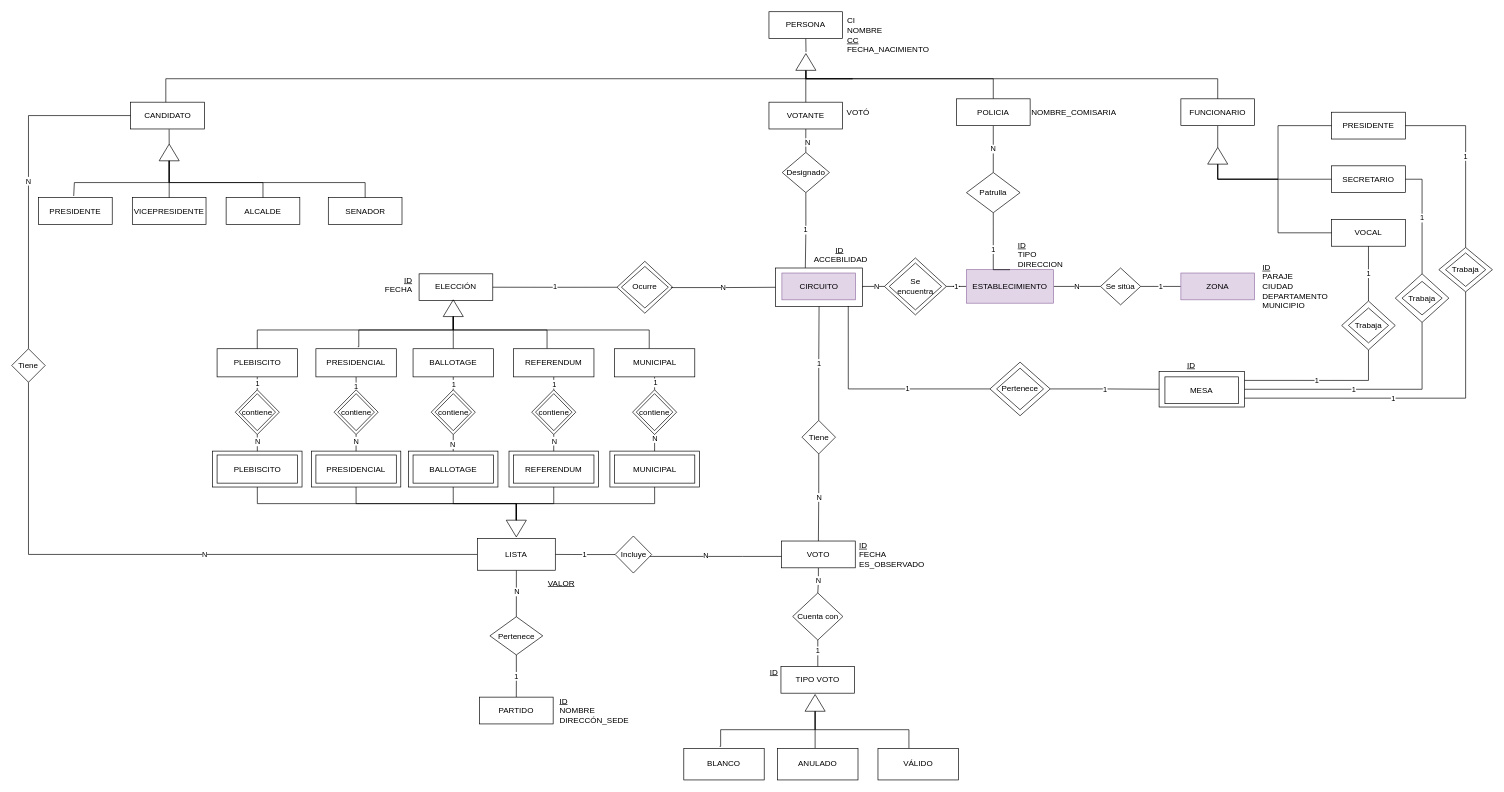
The draw.io diagram docs/MER.drawio in PedroScheeffer/2025-BD2-Obligatorio, before the edit. Source tidied: cells renumbered, new cells numbered last; positions are measured from the earlier drawing's top-left corner, leaving out a move shared by most shapes. Both pictures are drawn from the tidied source at 67%, with x=0, y=0 at pixel (11, 11).
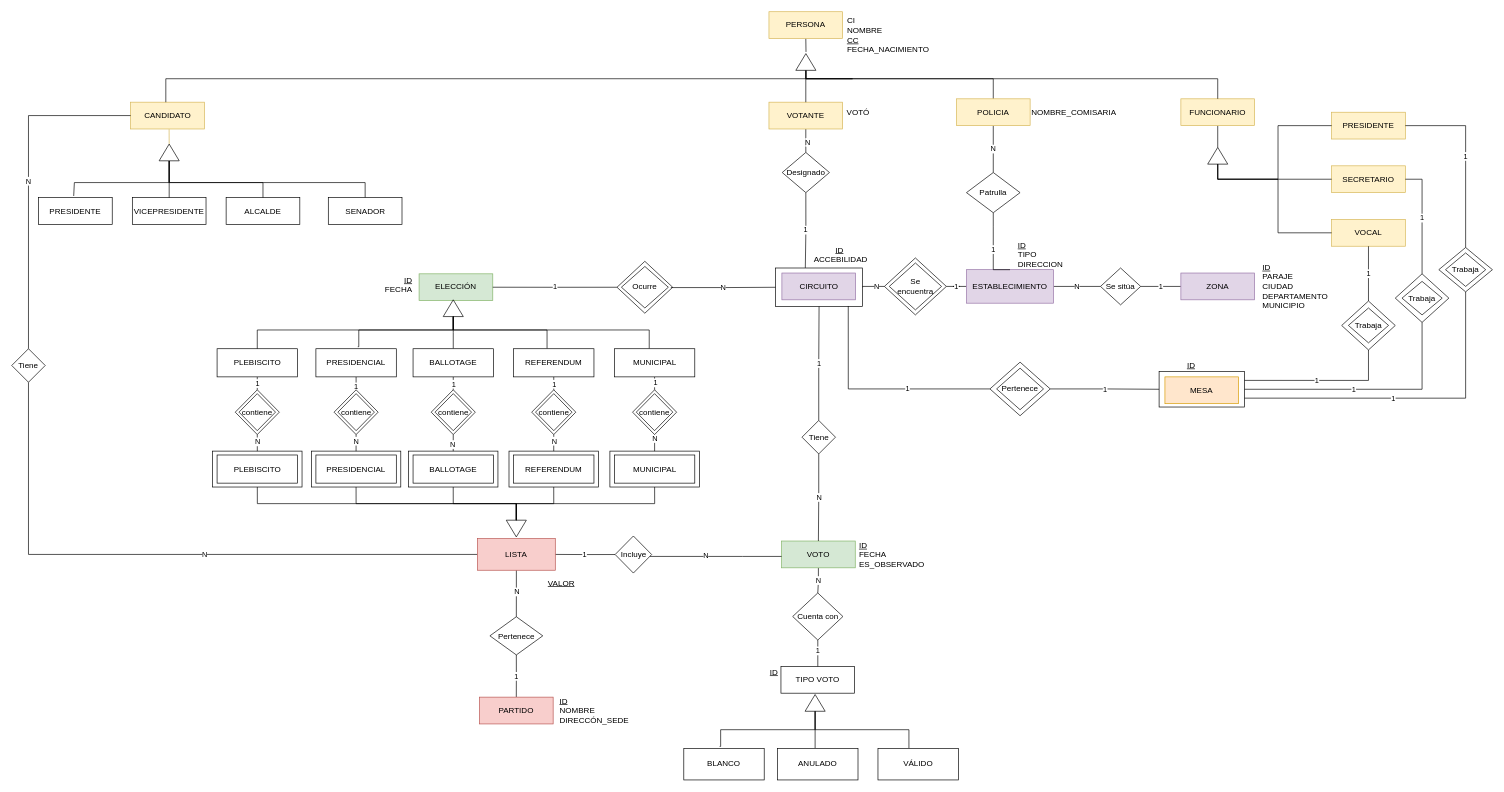
Above is the later version.

The edit, as a diff of the source:
```diff
@@
-    <mxCell id="7" value="PERSONA" style="rounded=0;whiteSpace=wrap;html=1;" parent="1" vertex="1">
+    <mxCell id="7" value="PERSONA" style="rounded=0;whiteSpace=wrap;html=1;fillColor=#fff2cc;strokeColor=#d6b656;" parent="1" vertex="1">
       <mxGeometry x="1130.2" width="110" height="40" as="geometry" />
     </mxCell>
-    <mxCell id="8" value="CANDIDATO" style="rounded=0;whiteSpace=wrap;html=1;" parent="1" vertex="1">
+    <mxCell id="8" value="CANDIDATO" style="rounded=0;whiteSpace=wrap;html=1;fillColor=#fff2cc;strokeColor=#d6b656;" parent="1" vertex="1">
       <mxGeometry x="177.5" y="135" width="110" height="40" as="geometry" />
     </mxCell>
@@
-    <mxCell id="10" value="FUNCIONARIO" style="rounded=0;whiteSpace=wrap;html=1;" parent="1" vertex="1">
+    <mxCell id="10" value="FUNCIONARIO" style="rounded=0;whiteSpace=wrap;html=1;fillColor=#fff2cc;strokeColor=#d6b656;" parent="1" vertex="1">
       <mxGeometry x="1745" y="130" width="110" height="40" as="geometry" />
     </mxCell>
@@
-    <mxCell id="13" value="VOTANTE" style="rounded=0;whiteSpace=wrap;html=1;" parent="1" vertex="1">
+    <mxCell id="13" value="VOTANTE" style="rounded=0;whiteSpace=wrap;html=1;fillColor=#fff2cc;strokeColor=#d6b656;" parent="1" vertex="1">
       <mxGeometry x="1130.2" y="135" width="110" height="40" as="geometry" />
     </mxCell>
@@
-    <mxCell id="18" value="PRESIDENTE" style="rounded=0;whiteSpace=wrap;html=1;fillColor=none;strokeColor=#000000;" parent="1" vertex="1">
+    <mxCell id="18" value="PRESIDENTE" style="rounded=0;whiteSpace=wrap;html=1;fillColor=#fff2cc;strokeColor=#d6b656;" parent="1" vertex="1">
       <mxGeometry x="1970" y="150" width="110" height="40" as="geometry" />
     </mxCell>
-    <mxCell id="19" value="SECRETARIO" style="rounded=0;whiteSpace=wrap;html=1;fillColor=none;strokeColor=#000000;" parent="1" vertex="1">
+    <mxCell id="19" value="SECRETARIO" style="rounded=0;whiteSpace=wrap;html=1;fillColor=#fff2cc;strokeColor=#d6b656;" parent="1" vertex="1">
       <mxGeometry x="1970" y="230" width="110" height="40" as="geometry" />
     </mxCell>
-    <mxCell id="20" value="VOCAL" style="rounded=0;whiteSpace=wrap;html=1;fillColor=none;strokeColor=#000000;" parent="1" vertex="1">
+    <mxCell id="20" value="VOCAL" style="rounded=0;whiteSpace=wrap;html=1;fillColor=#fff2cc;strokeColor=#d6b656;" parent="1" vertex="1">
       <mxGeometry x="1970" y="310" width="110" height="40" as="geometry" />
     </mxCell>
@@
-    <mxCell id="25" value="CIRCUITO" style="rounded=0;whiteSpace=wrap;html=1;perimeterSpacing=0;fillStyle=auto;strokeColor=#9673a6;fillColor=#e1d5e7;" parent="1" vertex="1">
+    <mxCell id="25" value="CIRCUITO" style="rounded=0;whiteSpace=wrap;html=1;perimeterSpacing=0;fillStyle=auto;fillColor=#e1d5e7;strokeColor=#9673a6;" parent="1" vertex="1">
       <mxGeometry x="1149.5" y="390" width="110" height="40" as="geometry" />
     </mxCell>
@@
-    <mxCell id="28" value="MESA" style="rounded=0;whiteSpace=wrap;html=1;" parent="1" vertex="1">
+    <mxCell id="28" value="MESA" style="rounded=0;whiteSpace=wrap;html=1;fillColor=#ffe6cc;strokeColor=#d79b00;" parent="1" vertex="1">
       <mxGeometry x="1721.2" y="545" width="110" height="40" as="geometry" />
     </mxCell>
@@
-    <mxCell id="34" value="VOTO" style="rounded=0;whiteSpace=wrap;html=1;" parent="1" vertex="1">
+    <mxCell id="34" value="VOTO" style="rounded=0;whiteSpace=wrap;html=1;fillColor=#d5e8d4;strokeColor=#82b366;" parent="1" vertex="1">
       <mxGeometry x="1149" y="790" width="110" height="40" as="geometry" />
     </mxCell>
@@
-    <mxCell id="41" value="ALCALDE" style="rounded=0;whiteSpace=wrap;html=1;fillColor=none;strokeColor=#000000;" parent="1" vertex="1">
+    <mxCell id="41" value="ALCALDE" style="rounded=0;whiteSpace=wrap;html=1;" parent="1" vertex="1">
       <mxGeometry x="320" y="277.5" width="110" height="40" as="geometry" />
     </mxCell>
-    <mxCell id="42" value="VICEPRESIDENTE" style="rounded=0;whiteSpace=wrap;html=1;fillColor=none;strokeColor=#000000;" parent="1" vertex="1">
+    <mxCell id="42" value="VICEPRESIDENTE" style="rounded=0;whiteSpace=wrap;html=1;" parent="1" vertex="1">
       <mxGeometry x="180" y="277.5" width="110" height="40" as="geometry" />
     </mxCell>
-    <mxCell id="43" value="PRESIDENTE" style="rounded=0;whiteSpace=wrap;html=1;fillColor=none;strokeColor=#000000;" parent="1" vertex="1">
+    <mxCell id="43" value="PRESIDENTE" style="rounded=0;whiteSpace=wrap;html=1;" parent="1" vertex="1">
       <mxGeometry x="40" y="277.5" width="110" height="40" as="geometry" />
     </mxCell>
-    <mxCell id="44" style="edgeStyle=orthogonalEdgeStyle;rounded=0;jettySize=auto;html=1;exitX=0;exitY=0.5;exitDx=0;exitDy=0;endArrow=none;startFill=0;fillColor=#dae8fc;strokeColor=#000000;" parent="1" edge="1" source="49" target="42">
+    <mxCell id="44" style="edgeStyle=orthogonalEdgeStyle;rounded=0;jettySize=auto;html=1;exitX=0;exitY=0.5;exitDx=0;exitDy=0;endArrow=none;startFill=0;" parent="1" edge="1" source="49" target="42">
       <mxGeometry relative="1" as="geometry" />
     </mxCell>
-    <mxCell id="45" style="edgeStyle=orthogonalEdgeStyle;rounded=0;jettySize=auto;html=1;exitX=1;exitY=0.5;exitDx=0;exitDy=0;entryX=0.522;entryY=1.01;entryDx=0;entryDy=0;endArrow=none;startFill=0;entryPerimeter=0;" parent="1" edge="1" source="49" target="8">
+    <mxCell id="45" style="edgeStyle=orthogonalEdgeStyle;rounded=0;jettySize=auto;html=1;exitX=1;exitY=0.5;exitDx=0;exitDy=0;entryX=0.522;entryY=1.01;entryDx=0;entryDy=0;endArrow=none;startFill=0;entryPerimeter=0;fillColor=#fff2cc;strokeColor=#d6b656;" parent="1" edge="1" source="49" target="8">
       <mxGeometry relative="1" as="geometry">
         <Array as="points">
           <mxPoint x="234.5" y="198" />
         </Array>
       </mxGeometry>
     </mxCell>
-    <mxCell id="46" style="edgeStyle=orthogonalEdgeStyle;rounded=0;jettySize=auto;html=1;exitX=0;exitY=0.5;exitDx=0;exitDy=0;entryX=0.5;entryY=0;entryDx=0;entryDy=0;endArrow=none;startFill=0;fillColor=#dae8fc;strokeColor=#000000;" parent="1" edge="1" source="49" target="59">
+    <mxCell id="46" style="edgeStyle=orthogonalEdgeStyle;rounded=0;jettySize=auto;html=1;exitX=0;exitY=0.5;exitDx=0;exitDy=0;entryX=0.5;entryY=0;entryDx=0;entryDy=0;endArrow=none;startFill=0;" parent="1" edge="1" source="49" target="59">
       <mxGeometry relative="1" as="geometry">
         <Array as="points">
           <mxPoint x="235.5" y="255" />
           <mxPoint x="527.5" y="255" />
         </Array>
       </mxGeometry>
     </mxCell>
-    <mxCell id="47" style="edgeStyle=orthogonalEdgeStyle;rounded=0;jettySize=auto;html=1;exitX=0;exitY=0.5;exitDx=0;exitDy=0;endArrow=none;startFill=0;fillColor=#dae8fc;strokeColor=#000000;" parent="1" edge="1" source="49">
+    <mxCell id="47" style="edgeStyle=orthogonalEdgeStyle;rounded=0;jettySize=auto;html=1;exitX=0;exitY=0.5;exitDx=0;exitDy=0;endArrow=none;startFill=0;" parent="1" edge="1" source="49">
       <mxGeometry relative="1" as="geometry">
         <mxPoint x="92.5" y="275" as="targetPoint" />
         <Array as="points">
           <mxPoint x="235.5" y="255" />
           <mxPoint x="93.5" y="255" />
           <mxPoint x="93.5" y="275" />
         </Array>
       </mxGeometry>
     </mxCell>
-    <mxCell id="48" style="edgeStyle=orthogonalEdgeStyle;rounded=0;jettySize=auto;html=1;exitX=0;exitY=0.5;exitDx=0;exitDy=0;entryX=0.5;entryY=0;entryDx=0;entryDy=0;endArrow=none;startFill=0;fillColor=#dae8fc;strokeColor=#000000;" parent="1" edge="1" source="49" target="41">
+    <mxCell id="48" style="edgeStyle=orthogonalEdgeStyle;rounded=0;jettySize=auto;html=1;exitX=0;exitY=0.5;exitDx=0;exitDy=0;entryX=0.5;entryY=0;entryDx=0;entryDy=0;endArrow=none;startFill=0;" parent="1" edge="1" source="49" target="41">
       <mxGeometry relative="1" as="geometry">
         <Array as="points">
           <mxPoint x="235.5" y="255" />
           <mxPoint x="375.5" y="255" />
         </Array>
       </mxGeometry>
     </mxCell>
-    <mxCell id="49" style="triangle;whiteSpace=wrap;html=1;rotation=-90;fillColor=none;strokeColor=#000000;" parent="1" vertex="1">
+    <mxCell id="49" style="triangle;whiteSpace=wrap;html=1;rotation=-90;" parent="1" vertex="1">
       <mxGeometry x="222.5" y="195" width="25" height="30" as="geometry" />
     </mxCell>
@@
-    <mxCell id="56" value="POLICIA" style="rounded=0;whiteSpace=wrap;html=1;" parent="1" vertex="1">
+    <mxCell id="56" value="POLICIA" style="rounded=0;whiteSpace=wrap;html=1;fillColor=#fff2cc;strokeColor=#d6b656;" parent="1" vertex="1">
       <mxGeometry x="1410" y="130" width="110" height="40" as="geometry" />
     </mxCell>
@@
-    <mxCell id="59" value="SENADOR" style="rounded=0;whiteSpace=wrap;html=1;fillColor=none;strokeColor=#000000;" parent="1" vertex="1">
+    <mxCell id="59" value="SENADOR" style="rounded=0;whiteSpace=wrap;html=1;" parent="1" vertex="1">
       <mxGeometry x="472.5" y="277.5" width="110" height="40" as="geometry" />
     </mxCell>
@@
-    <mxCell id="63" value="PARTIDO" style="rounded=0;whiteSpace=wrap;html=1;" parent="1" vertex="1">
+    <mxCell id="63" value="PARTIDO" style="rounded=0;whiteSpace=wrap;html=1;fillColor=#f8cecc;strokeColor=#b85450;" parent="1" vertex="1">
       <mxGeometry x="698.1" y="1023" width="110" height="40" as="geometry" />
     </mxCell>
@@
-    <mxCell id="102" value="LISTA" style="rounded=0;whiteSpace=wrap;html=1;fillColor=default;" parent="1" vertex="1">
+    <mxCell id="102" value="LISTA" style="rounded=0;whiteSpace=wrap;html=1;fillColor=#f8cecc;strokeColor=#b85450;" parent="1" vertex="1">
       <mxGeometry x="695" y="786.4" width="116.3" height="47.2" as="geometry" />
     </mxCell>
@@
-    <mxCell id="104" value="ELECCIÓN" style="rounded=0;whiteSpace=wrap;html=1;" parent="1" vertex="1">
+    <mxCell id="104" value="ELECCIÓN" style="rounded=0;whiteSpace=wrap;html=1;fillColor=#d5e8d4;strokeColor=#82b366;" parent="1" vertex="1">
       <mxGeometry x="608" y="391.2" width="110" height="40" as="geometry" />
     </mxCell>
```
